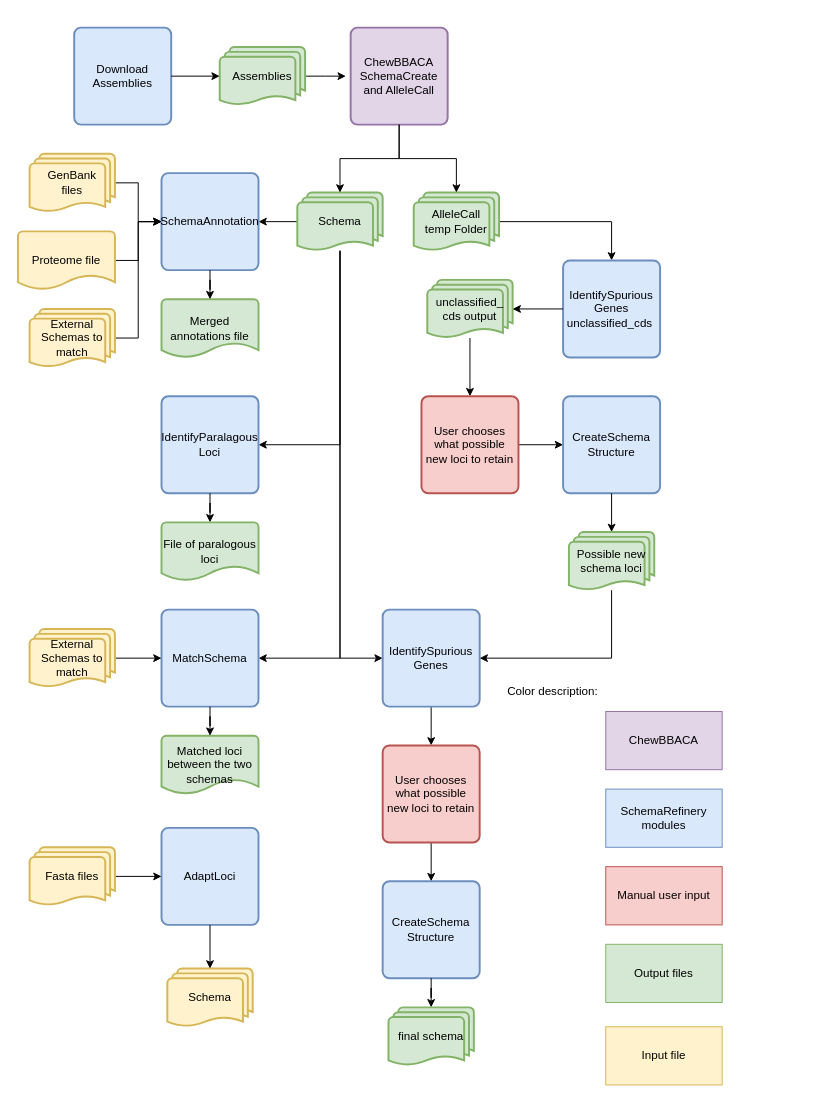
This is SchemaRefinery/docs/SchemaRefinery/Modules/source/old/Schema_creation_workflow.drawio from B-UMMI/Schema_Refinery, a draw.io file, before an edit. Source tidied: cells renumbered, new cells numbered last; positions are measured from the earlier drawing's top-left corner, leaving out a move shared by most shapes. Both pictures are drawn from the tidied source at 97%, with x=0, y=0 at pixel (17, 27).
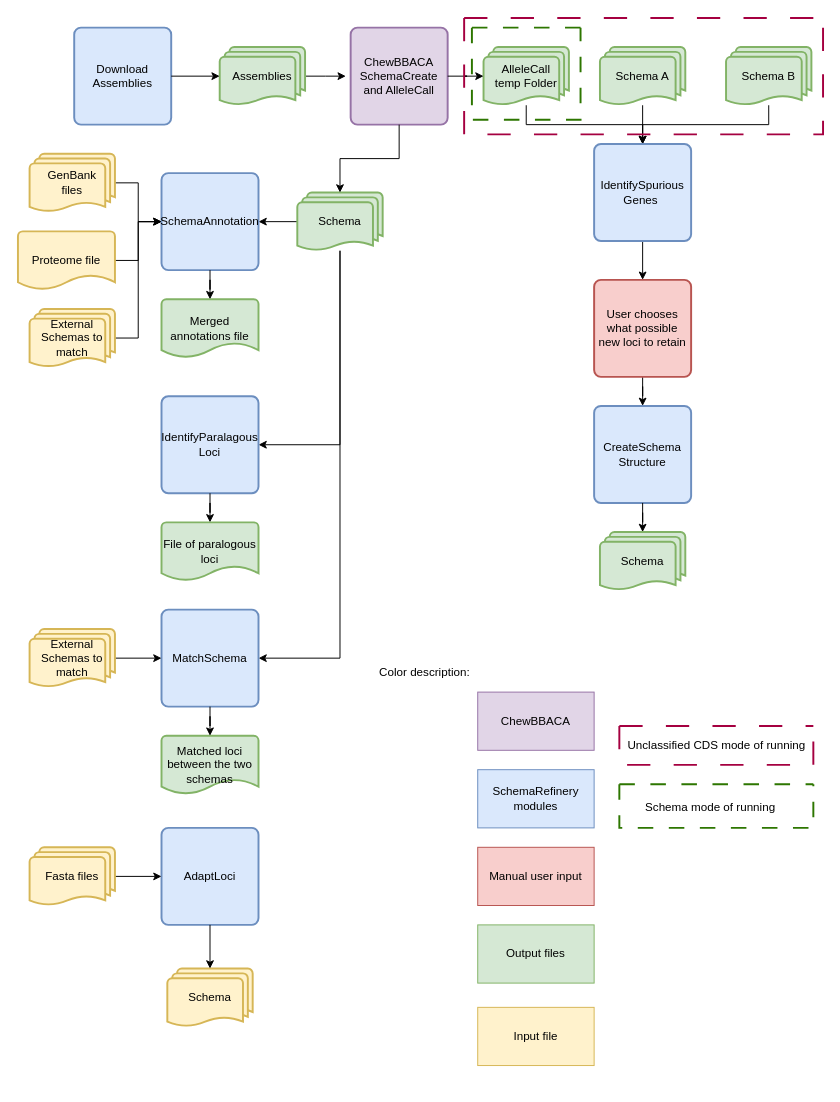
Above is the later version.

The change refers to these unchanged cells:
```xml
<mxCell id="6" value="ChewBBACA SchemaCreate&lt;div&gt;and AlleleCall&lt;/div&gt;" style="rounded=1;whiteSpace=wrap;html=1;absoluteArcSize=1;arcSize=14;strokeWidth=2;fillColor=#e1d5e7;strokeColor=#9673a6;" parent="1" vertex="1">
  <mxGeometry x="343" width="100" height="100" as="geometry" />
</mxCell>
<mxCell id="11" value="Schema" style="strokeWidth=2;html=1;shape=mxgraph.flowchart.multi-document;whiteSpace=wrap;fillColor=#d5e8d4;strokeColor=#82b366;" parent="1" vertex="1">
  <mxGeometry x="288" y="170" width="88" height="60" as="geometry" />
</mxCell>
```

What changed in the source:
```diff
@@
-    <mxCell id="10" style="edgeStyle=orthogonalEdgeStyle;rounded=0;jettySize=auto;html=1;entryX=0;entryY=0.5;entryDx=0;entryDy=0;" parent="1" edge="1" source="11" target="34">
-      <mxGeometry relative="1" as="geometry">
-        <Array as="points">
-          <mxPoint x="332" y="650" />
-        </Array>
-      </mxGeometry>
-    </mxCell>
@@
     <mxCell id="12" style="edgeStyle=orthogonalEdgeStyle;rounded=0;jettySize=auto;html=1;entryX=0.5;entryY=0;entryDx=0;entryDy=0;" parent="1" edge="1" source="13" target="35">
-      <mxGeometry relative="1" as="geometry" />
+      <mxGeometry relative="1" as="geometry">
+        <Array as="points">
+          <mxPoint x="524" y="100" />
+          <mxPoint x="644" y="100" />
+        </Array>
+      </mxGeometry>
     </mxCell>
     <mxCell id="13" value="AlleleCall&lt;div&gt;temp Folder&lt;/div&gt;" style="strokeWidth=2;html=1;shape=mxgraph.flowchart.multi-document;whiteSpace=wrap;fillColor=#d5e8d4;strokeColor=#82b366;" parent="1" vertex="1">
-      <mxGeometry x="408" y="170" width="88" height="60" as="geometry" />
+      <mxGeometry x="480" y="20" width="88" height="60" as="geometry" />
     </mxCell>
@@
-    <mxCell id="15" style="edgeStyle=orthogonalEdgeStyle;rounded=0;jettySize=auto;html=1;entryX=0.5;entryY=0;entryDx=0;entryDy=0;entryPerimeter=0;" parent="1" edge="1" source="6" target="13">
-      <mxGeometry relative="1" as="geometry" />
-    </mxCell>
@@
-    <mxCell id="33" style="edgeStyle=orthogonalEdgeStyle;rounded=0;jettySize=auto;html=1;entryX=0.5;entryY=0;entryDx=0;entryDy=0;" parent="1" edge="1" source="34" target="47">
-      <mxGeometry relative="1" as="geometry" />
-    </mxCell>
-    <mxCell id="34" value="IdentifySpurious&lt;div&gt;Genes&lt;/div&gt;" style="rounded=1;whiteSpace=wrap;html=1;absoluteArcSize=1;arcSize=14;strokeWidth=2;fillColor=#dae8fc;strokeColor=#6c8ebf;" parent="1" vertex="1">
-      <mxGeometry x="376" y="600" width="100" height="100" as="geometry" />
-    </mxCell>
+    <mxCell id="61" style="edgeStyle=orthogonalEdgeStyle;rounded=0;jettySize=auto;html=1;entryX=0.5;entryY=0;entryDx=0;entryDy=0;" parent="1" edge="1" source="35" target="39">
+      <mxGeometry relative="1" as="geometry" />
+    </mxCell>
-    <mxCell id="35" value="IdentifySpurious&lt;div&gt;Genes unclassified_cds&amp;nbsp;&lt;/div&gt;" style="rounded=1;whiteSpace=wrap;html=1;absoluteArcSize=1;arcSize=14;strokeWidth=2;fillColor=#dae8fc;strokeColor=#6c8ebf;" parent="1" vertex="1">
-      <mxGeometry x="562" y="240" width="100" height="100" as="geometry" />
+    <mxCell id="35" value="IdentifySpurious&lt;div&gt;Genes&amp;nbsp;&lt;/div&gt;" style="rounded=1;whiteSpace=wrap;html=1;absoluteArcSize=1;arcSize=14;strokeWidth=2;fillColor=#dae8fc;strokeColor=#6c8ebf;" parent="1" vertex="1">
+      <mxGeometry x="594" y="120" width="100" height="100" as="geometry" />
     </mxCell>
-    <mxCell id="36" style="edgeStyle=orthogonalEdgeStyle;rounded=0;jettySize=auto;html=1;entryX=0.5;entryY=0;entryDx=0;entryDy=0;" parent="1" edge="1" source="37" target="39">
-      <mxGeometry relative="1" as="geometry" />
-    </mxCell>
-    <mxCell id="37" value="unclassified_&lt;div&gt;cds output&lt;/div&gt;" style="strokeWidth=2;html=1;shape=mxgraph.flowchart.multi-document;whiteSpace=wrap;fillColor=#d5e8d4;strokeColor=#82b366;" parent="1" vertex="1">
-      <mxGeometry x="422" y="260" width="88" height="60" as="geometry" />
-    </mxCell>
-    <mxCell id="38" style="edgeStyle=orthogonalEdgeStyle;rounded=0;jettySize=auto;html=1;entryX=0;entryY=0.5;entryDx=0;entryDy=0;" parent="1" edge="1" source="39" target="40">
+    <mxCell id="38" style="edgeStyle=orthogonalEdgeStyle;rounded=0;jettySize=auto;html=1;" parent="1" edge="1" source="39" target="40">
       <mxGeometry relative="1" as="geometry" />
     </mxCell>
     <mxCell id="39" value="User chooses what possible new loci to retain" style="rounded=1;whiteSpace=wrap;html=1;absoluteArcSize=1;arcSize=14;strokeWidth=2;fillColor=#f8cecc;strokeColor=#b85450;" parent="1" vertex="1">
-      <mxGeometry x="416" y="380" width="100" height="100" as="geometry" />
+      <mxGeometry x="594" y="260" width="100" height="100" as="geometry" />
     </mxCell>
     <mxCell id="40" value="CreateSchema&lt;div&gt;Structure&lt;/div&gt;" style="rounded=1;whiteSpace=wrap;html=1;absoluteArcSize=1;arcSize=14;strokeWidth=2;fillColor=#dae8fc;strokeColor=#6c8ebf;" parent="1" vertex="1">
-      <mxGeometry x="562" y="380" width="100" height="100" as="geometry" />
+      <mxGeometry x="594" y="390" width="100" height="100" as="geometry" />
     </mxCell>
-    <mxCell id="41" style="edgeStyle=orthogonalEdgeStyle;rounded=0;jettySize=auto;html=1;entryX=1;entryY=0.5;entryDx=0;entryDy=0;" parent="1" edge="1" source="42" target="34">
-      <mxGeometry relative="1" as="geometry">
-        <Array as="points">
-          <mxPoint x="612" y="650" />
-        </Array>
-      </mxGeometry>
-    </mxCell>
-    <mxCell id="42" value="Possible new&lt;div&gt;schema loci&lt;/div&gt;" style="strokeWidth=2;html=1;shape=mxgraph.flowchart.multi-document;whiteSpace=wrap;fillColor=#d5e8d4;strokeColor=#82b366;" parent="1" vertex="1">
-      <mxGeometry x="568" y="520" width="88" height="60" as="geometry" />
+    <mxCell id="42" value="&lt;div&gt;Schema&lt;/div&gt;" style="strokeWidth=2;html=1;shape=mxgraph.flowchart.multi-document;whiteSpace=wrap;fillColor=#d5e8d4;strokeColor=#82b366;" parent="1" vertex="1">
+      <mxGeometry x="600" y="520" width="88" height="60" as="geometry" />
     </mxCell>
-    <mxCell id="43" style="edgeStyle=orthogonalEdgeStyle;rounded=0;jettySize=auto;html=1;entryX=1;entryY=0.5;entryDx=0;entryDy=0;entryPerimeter=0;" parent="1" edge="1" source="35" target="37">
-      <mxGeometry relative="1" as="geometry" />
-    </mxCell>
-    <mxCell id="44" style="edgeStyle=orthogonalEdgeStyle;rounded=0;jettySize=auto;html=1;entryX=0.5;entryY=0;entryDx=0;entryDy=0;entryPerimeter=0;" parent="1" edge="1" source="40" target="42">
-      <mxGeometry relative="1" as="geometry" />
-    </mxCell>
-    <mxCell id="45" value="CreateSchema&lt;div&gt;Structure&lt;/div&gt;" style="rounded=1;whiteSpace=wrap;html=1;absoluteArcSize=1;arcSize=14;strokeWidth=2;fillColor=#dae8fc;strokeColor=#6c8ebf;" parent="1" vertex="1">
-      <mxGeometry x="376" y="880" width="100" height="100" as="geometry" />
-    </mxCell>
-    <mxCell id="46" style="edgeStyle=orthogonalEdgeStyle;rounded=0;jettySize=auto;html=1;entryX=0.5;entryY=0;entryDx=0;entryDy=0;" parent="1" edge="1" source="47" target="45">
-      <mxGeometry relative="1" as="geometry" />
-    </mxCell>
-    <mxCell id="47" value="User chooses what possible new loci to retain" style="rounded=1;whiteSpace=wrap;html=1;absoluteArcSize=1;arcSize=14;strokeWidth=2;fillColor=#f8cecc;strokeColor=#b85450;" parent="1" vertex="1">
-      <mxGeometry x="376" y="740" width="100" height="100" as="geometry" />
-    </mxCell>
-    <mxCell id="48" value="final schema" style="strokeWidth=2;html=1;shape=mxgraph.flowchart.multi-document;whiteSpace=wrap;fillColor=#d5e8d4;strokeColor=#82b366;" parent="1" vertex="1">
-      <mxGeometry x="382" y="1010" width="88" height="60" as="geometry" />
-    </mxCell>
-    <mxCell id="49" style="edgeStyle=orthogonalEdgeStyle;rounded=0;jettySize=auto;html=1;entryX=0.5;entryY=0;entryDx=0;entryDy=0;entryPerimeter=0;" parent="1" edge="1" source="45" target="48">
-      <mxGeometry relative="1" as="geometry" />
-    </mxCell>
     <mxCell id="50" value="SchemaRefinery modules" style="rounded=0;whiteSpace=wrap;html=1;fillColor=#dae8fc;strokeColor=#6c8ebf;" parent="1" vertex="1">
-      <mxGeometry x="606" y="785" width="120" height="60" as="geometry" />
+      <mxGeometry x="474" y="765" width="120" height="60" as="geometry" />
     </mxCell>
     <mxCell id="51" value="Manual user input" style="rounded=0;whiteSpace=wrap;html=1;fillColor=#f8cecc;strokeColor=#b85450;" parent="1" vertex="1">
-      <mxGeometry x="606" y="865" width="120" height="60" as="geometry" />
+      <mxGeometry x="474" y="845" width="120" height="60" as="geometry" />
     </mxCell>
     <mxCell id="52" value="ChewBBACA" style="rounded=0;whiteSpace=wrap;html=1;fillColor=#e1d5e7;strokeColor=#9673a6;" parent="1" vertex="1">
-      <mxGeometry x="606" y="705" width="120" height="60" as="geometry" />
+      <mxGeometry x="474" y="685" width="120" height="60" as="geometry" />
     </mxCell>
     <mxCell id="53" value="Output files" style="rounded=0;whiteSpace=wrap;html=1;fillColor=#d5e8d4;strokeColor=#82b366;" parent="1" vertex="1">
-      <mxGeometry x="606" y="945" width="120" height="60" as="geometry" />
+      <mxGeometry x="474" y="925" width="120" height="60" as="geometry" />
     </mxCell>
     <mxCell id="54" value="Color description:" style="text;html=1;align=center;verticalAlign=middle;strokeColor=none;fillColor=none;" parent="1" vertex="1">
-      <mxGeometry x="496" y="670" width="110" height="30" as="geometry" />
+      <mxGeometry x="364" y="650" width="110" height="30" as="geometry" />
     </mxCell>
     <mxCell id="55" value="Input file" style="rounded=0;whiteSpace=wrap;html=1;fillColor=#fff2cc;strokeColor=#d6b656;" parent="1" vertex="1">
-      <mxGeometry x="606" y="1030" width="120" height="60" as="geometry" />
+      <mxGeometry x="474" y="1010" width="120" height="60" as="geometry" />
     </mxCell>
@@
+    <mxCell id="15" style="edgeStyle=orthogonalEdgeStyle;rounded=0;jettySize=auto;html=1;entryX=0;entryY=0.5;entryDx=0;entryDy=0;entryPerimeter=0;" parent="1" edge="1" source="6" target="13">
+      <mxGeometry relative="1" as="geometry" />
+    </mxCell>
+    <mxCell id="44" style="edgeStyle=orthogonalEdgeStyle;rounded=0;jettySize=auto;html=1;entryX=0.5;entryY=0;entryDx=0;entryDy=0;entryPerimeter=0;" parent="1" edge="1" source="40" target="42">
+      <mxGeometry relative="1" as="geometry" />
+    </mxCell>
+    <mxCell id="62" style="edgeStyle=orthogonalEdgeStyle;rounded=0;jettySize=auto;html=1;entryX=0.5;entryY=0;entryDx=0;entryDy=0;" parent="1" edge="1" source="63" target="35">
+      <mxGeometry relative="1" as="geometry" />
+    </mxCell>
+    <mxCell id="63" value="&lt;div&gt;Schema A&lt;/div&gt;" style="strokeWidth=2;html=1;shape=mxgraph.flowchart.multi-document;whiteSpace=wrap;fillColor=#d5e8d4;strokeColor=#82b366;" parent="1" vertex="1">
+      <mxGeometry x="600" y="20" width="88" height="60" as="geometry" />
+    </mxCell>
+    <mxCell id="64" style="edgeStyle=orthogonalEdgeStyle;rounded=0;jettySize=auto;html=1;entryX=0.5;entryY=0;entryDx=0;entryDy=0;" parent="1" edge="1" source="65" target="35">
+      <mxGeometry relative="1" as="geometry">
+        <Array as="points">
+          <mxPoint x="774" y="100" />
+          <mxPoint x="644" y="100" />
+        </Array>
+      </mxGeometry>
+    </mxCell>
+    <mxCell id="65" value="&lt;div&gt;Schema B&lt;/div&gt;" style="strokeWidth=2;html=1;shape=mxgraph.flowchart.multi-document;whiteSpace=wrap;fillColor=#d5e8d4;strokeColor=#82b366;" parent="1" vertex="1">
+      <mxGeometry x="730" y="20" width="88" height="60" as="geometry" />
+    </mxCell>
+    <mxCell id="66" style="swimlane;startSize=0;rounded=0;dashed=1;dashPattern=8 8;fillColor=#60a917;fontColor=#ffffff;strokeColor=#2D7600;strokeWidth=2;" parent="1" vertex="1">
+      <mxGeometry x="468" width="112" height="95" as="geometry" />
+    </mxCell>
+    <mxCell id="67" style="swimlane;startSize=0;dashed=1;dashPattern=12 12;fillColor=#d80073;fontColor=#ffffff;strokeColor=#A50040;strokeWidth=2;" parent="1" vertex="1">
+      <mxGeometry x="460" y="-10" width="370" height="120" as="geometry" />
+    </mxCell>
+    <mxCell id="68" style="swimlane;startSize=0;dashed=1;dashPattern=12 12;fillColor=#d80073;fontColor=#ffffff;strokeColor=#A50040;strokeWidth=2;" parent="1" vertex="1">
+      <mxGeometry x="620" y="720" width="200" height="40" as="geometry" />
+    </mxCell>
+    <mxCell id="69" value="Unclassified CDS mode of running" style="text;html=1;align=center;verticalAlign=middle;strokeColor=none;fillColor=none;" parent="68" vertex="1">
+      <mxGeometry x="-5" y="5" width="210" height="30" as="geometry" />
+    </mxCell>
+    <mxCell id="70" style="swimlane;startSize=0;rounded=0;dashed=1;dashPattern=8 8;fillColor=#60a917;fontColor=#ffffff;strokeColor=#2D7600;strokeWidth=2;" parent="1" vertex="1">
+      <mxGeometry x="620" y="780" width="200" height="45" as="geometry" />
+    </mxCell>
+    <mxCell id="71" value="Schema mode of running" style="text;whiteSpace=wrap;" parent="70" vertex="1">
+      <mxGeometry x="25" y="10" width="150" height="40" as="geometry" />
+    </mxCell>
```
